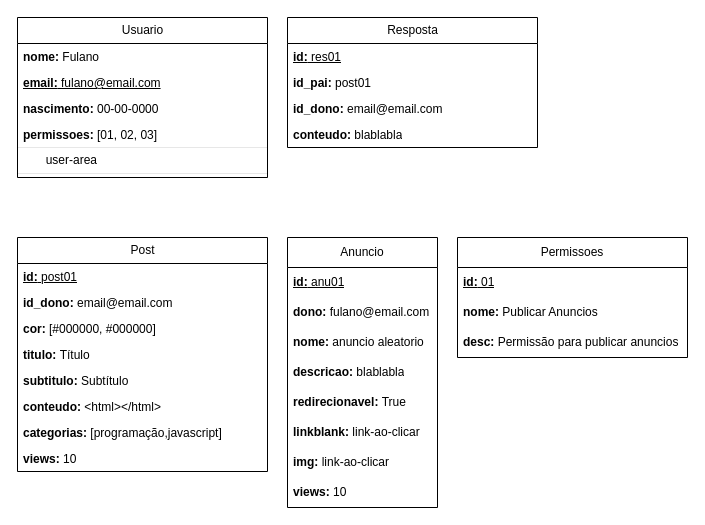
Before: planejamento/modelagem.drawio in DeivRicardoSS/projeto-blog-vscode, a draw.io diagram. Source tidied: cells renumbered, new cells numbered last; positions are measured from the earlier drawing's top-left corner, leaving out a move shared by most shapes. Both pictures are drawn from the tidied source at 100%, with x=0, y=0 at pixel (17, 17).
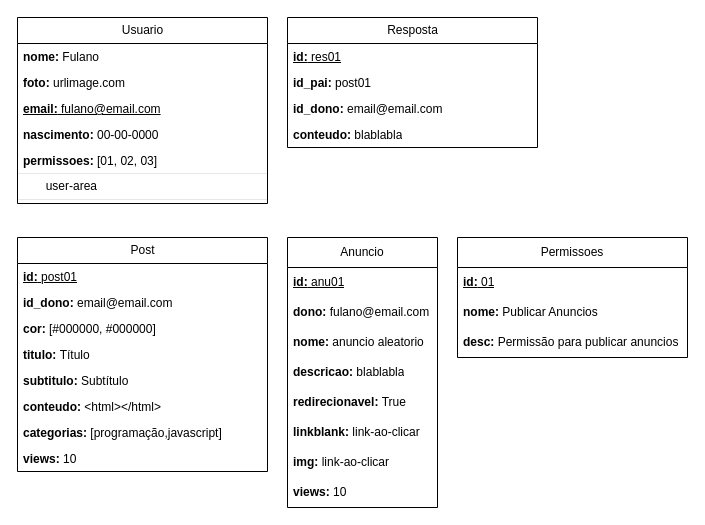
The same page after the edit.

What changed in the source:
```diff
@@
     <mxCell id="2" value="Usuario" style="swimlane;fontStyle=0;horizontal=1;startSize=26;fillColor=none;html=1;" parent="1" vertex="1">
-      <mxGeometry width="250" height="160" as="geometry" />
+      <mxGeometry width="250" height="186" as="geometry" />
     </mxCell>
@@
+    <mxCell id="35" value="&lt;b&gt;foto:&lt;/b&gt;&amp;nbsp;urlimage.com" style="text;strokeColor=none;fillColor=none;align=left;verticalAlign=top;spacingLeft=4;spacingRight=4;overflow=hidden;whiteSpace=wrap;html=1;" parent="2" vertex="1">
+      <mxGeometry y="52" width="250" height="26" as="geometry" />
+    </mxCell>
     <mxCell id="4" value="&lt;u&gt;&lt;b&gt;email:&lt;/b&gt; fulano@email.com&lt;/u&gt;" style="text;strokeColor=none;fillColor=none;align=left;verticalAlign=top;spacingLeft=4;spacingRight=4;overflow=hidden;whiteSpace=wrap;html=1;" parent="2" vertex="1">
-      <mxGeometry y="52" width="250" height="26" as="geometry" />
+      <mxGeometry y="78" width="250" height="26" as="geometry" />
     </mxCell>
     <mxCell id="5" value="&lt;b&gt;nascimento:&lt;/b&gt; 00-00-0000" style="text;strokeColor=none;fillColor=none;align=left;verticalAlign=top;spacingLeft=4;spacingRight=4;overflow=hidden;whiteSpace=wrap;html=1;" parent="2" vertex="1">
-      <mxGeometry y="78" width="250" height="26" as="geometry" />
+      <mxGeometry y="104" width="250" height="26" as="geometry" />
     </mxCell>
     <mxCell id="6" value="&lt;b&gt;permissoes:&lt;/b&gt;&amp;nbsp;[01, 02, 03]" style="text;strokeColor=none;fillColor=none;align=left;verticalAlign=top;spacingLeft=4;spacingRight=4;overflow=hidden;whiteSpace=wrap;html=1;" parent="2" vertex="1">
-      <mxGeometry y="104" width="250" height="26" as="geometry" />
+      <mxGeometry y="130" width="250" height="26" as="geometry" />
     </mxCell>
     <mxCell id="7" value="&lt;span style=&quot;white-space: pre;&quot;&gt;&#9;&lt;/span&gt;user-area" style="swimlane;fontStyle=0;horizontal=1;startSize=26;fillColor=none;html=1;strokeWidth=0;align=left;" parent="2" vertex="1" collapsed="1">
-      <mxGeometry y="130" width="250" height="30" as="geometry" />
+      <mxGeometry y="156" width="250" height="30" as="geometry" />
     </mxCell>
```
